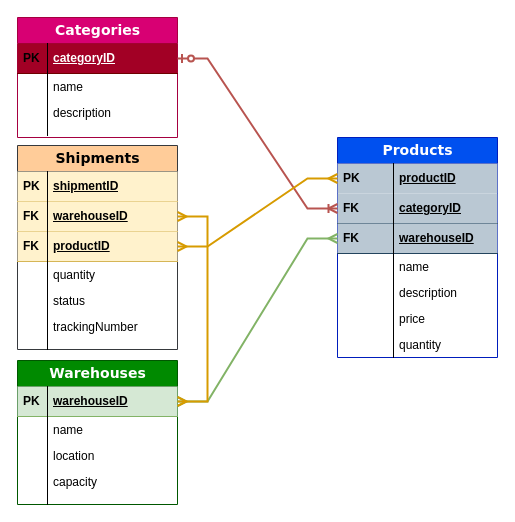
Earlier version of the draw.io diagram ER_Diagram.drawio (dana-akesh/Inventory_managment_system_api). Source tidied: cells renumbered, new cells numbered last; positions are measured from the earlier drawing's top-left corner, leaving out a move shared by most shapes. Both pictures are drawn from the tidied source at 100%, with x=0, y=0 at pixel (17, 17).
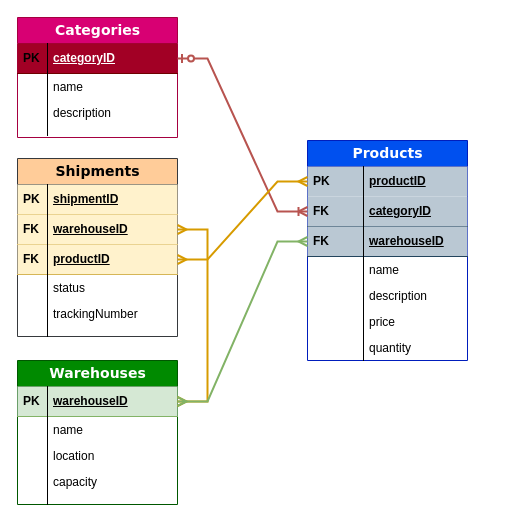
Above is the later version.

Unchanged cells that the change refers to:
```xml
<mxCell id="27" value="warehouseID" style="shape=partialRectangle;top=0;left=0;right=0;bottom=1;html=1;align=left;verticalAlign=middle;fillColor=#d5e8d4;spacingLeft=34;spacingRight=4;whiteSpace=wrap;overflow=hidden;points=[[0,0.5],[1,0.5]];portConstraint=eastwest;fontStyle=5;strokeColor=#82b366;" parent="26" vertex="1">
  <mxGeometry y="26" width="160" height="30" as="geometry" />
</mxCell>
<mxCell id="40" value="&lt;strong&gt;warehouseID&lt;/strong&gt;" style="shape=partialRectangle;top=0;left=0;right=0;bottom=1;html=1;align=left;verticalAlign=middle;fillColor=#fff2cc;spacingLeft=34;spacingRight=4;whiteSpace=wrap;overflow=hidden;points=[[0,0.5],[1,0.5]];portConstraint=eastwest;fontStyle=5;strokeColor=#d6b656;" parent="37" vertex="1">
  <mxGeometry y="56" width="160" height="30" as="geometry" />
</mxCell>
```

Change to the diagram source:
```diff
@@
     <mxCell id="2" value="&lt;b&gt;Products&lt;/b&gt;" style="swimlane;html=1;fontStyle=0;horizontal=1;startSize=26;fillColor=#0050ef;swimlaneFillColor=#ffffff;align=center;rounded=0;shadow=0;comic=0;labelBackgroundColor=none;strokeWidth=1;fontFamily=Verdana;fontSize=14;strokeColor=#001DBC;fontColor=#ffffff;" parent="1" vertex="1">
-      <mxGeometry x="320" y="120" width="160" height="220" as="geometry" />
+      <mxGeometry x="290" y="123" width="160" height="220" as="geometry" />
     </mxCell>
@@
     <mxCell id="37" value="&lt;b&gt;Shipments&lt;/b&gt;" style="swimlane;html=1;fontStyle=0;horizontal=1;startSize=26;fillColor=#ffcc99;swimlaneFillColor=#ffffff;align=center;rounded=0;shadow=0;comic=0;labelBackgroundColor=none;strokeWidth=1;fontFamily=Verdana;fontSize=14;strokeColor=#36393d;" parent="1" vertex="1">
-      <mxGeometry y="128" width="160" height="204" as="geometry" />
+      <mxGeometry y="141" width="160" height="178" as="geometry" />
     </mxCell>
@@
-    <mxCell id="44" value="quantity" style="shape=partialRectangle;top=0;left=0;right=0;bottom=0;html=1;align=left;verticalAlign=top;fillColor=none;spacingLeft=34;spacingRight=4;whiteSpace=wrap;overflow=hidden;" parent="37" vertex="1">
-      <mxGeometry y="116" width="160" height="26" as="geometry" />
-    </mxCell>
-    <mxCell id="45" style="shape=partialRectangle;top=0;left=0;bottom=0;html=1;fillColor=none;align=left;verticalAlign=top;spacingLeft=4;spacingRight=4;whiteSpace=wrap;overflow=hidden;" parent="44" vertex="1">
-      <mxGeometry width="30" height="26" as="geometry" />
-    </mxCell>
     <mxCell id="46" value="status" style="shape=partialRectangle;top=0;left=0;right=0;bottom=0;html=1;align=left;verticalAlign=top;fillColor=none;spacingLeft=34;spacingRight=4;whiteSpace=wrap;overflow=hidden;" parent="37" vertex="1">
-      <mxGeometry y="142" width="160" height="26" as="geometry" />
+      <mxGeometry y="116" width="160" height="26" as="geometry" />
     </mxCell>
@@
     <mxCell id="48" value="trackingNumber" style="shape=partialRectangle;top=0;left=0;right=0;bottom=0;html=1;align=left;verticalAlign=top;fillColor=none;spacingLeft=34;spacingRight=4;whiteSpace=wrap;overflow=hidden;" parent="37" vertex="1">
-      <mxGeometry y="168" width="160" height="26" as="geometry" />
+      <mxGeometry y="142" width="160" height="26" as="geometry" />
     </mxCell>
@@
     <mxCell id="50" style="shape=partialRectangle;top=0;left=0;right=0;bottom=0;html=1;align=left;verticalAlign=top;fillColor=none;spacingLeft=34;spacingRight=4;whiteSpace=wrap;overflow=hidden;" parent="37" vertex="1">
-      <mxGeometry y="194" width="160" height="10" as="geometry" />
+      <mxGeometry y="168" width="160" height="10" as="geometry" />
     </mxCell>
@@
+    <mxCell id="55" style="edgeStyle=entityRelationEdgeStyle;fontSize=12;html=1;endArrow=ERmany;startArrow=ERmany;rounded=0;exitX=1;exitY=0.5;exitDx=0;exitDy=0;entryX=1;entryY=0.5;entryDx=0;entryDy=0;strokeWidth=2;fillColor=#ffe6cc;strokeColor=#d79b00;" parent="1" edge="1" source="40" target="27">
+      <mxGeometry relative="1" as="geometry">
+        <Array as="points">
+          <mxPoint x="160" y="182" />
+          <mxPoint x="170" y="112" />
+        </Array>
+      </mxGeometry>
+    </mxCell>
@@
-    <mxCell id="55" style="edgeStyle=entityRelationEdgeStyle;fontSize=12;html=1;endArrow=ERmany;startArrow=ERmany;rounded=0;exitX=1;exitY=0.5;exitDx=0;exitDy=0;entryX=1;entryY=0.5;entryDx=0;entryDy=0;strokeWidth=2;fillColor=#ffe6cc;strokeColor=#d79b00;" parent="1" edge="1" source="40" target="27">
-      <mxGeometry relative="1" as="geometry">
-        <Array as="points">
-          <mxPoint x="160" y="182" />
-          <mxPoint x="170" y="112" />
-        </Array>
-      </mxGeometry>
-    </mxCell>
```
